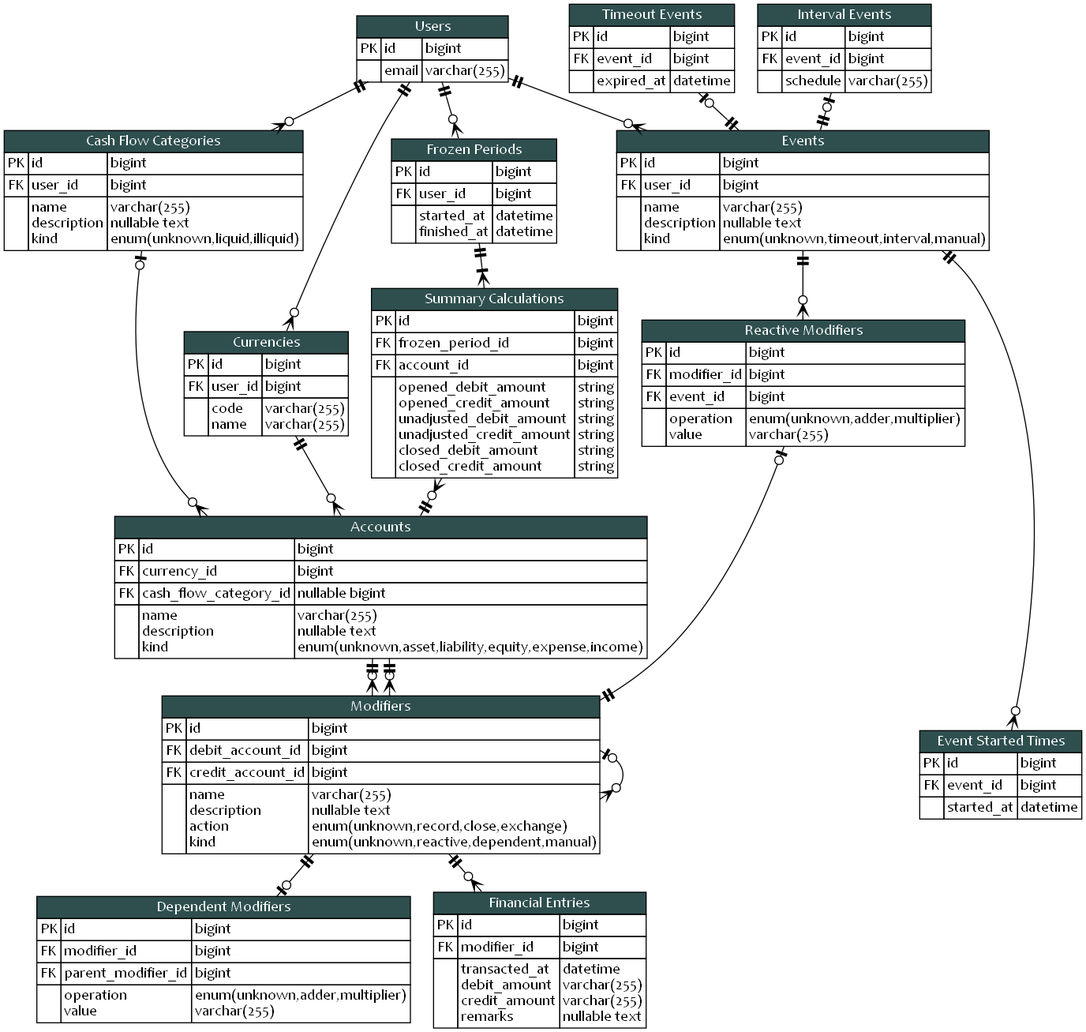
Above: blueprint/erd.png in KennethTrecy/peratorakka_server (Graphviz), before the change. Its source is kept beside it as blueprint/erd.dot.
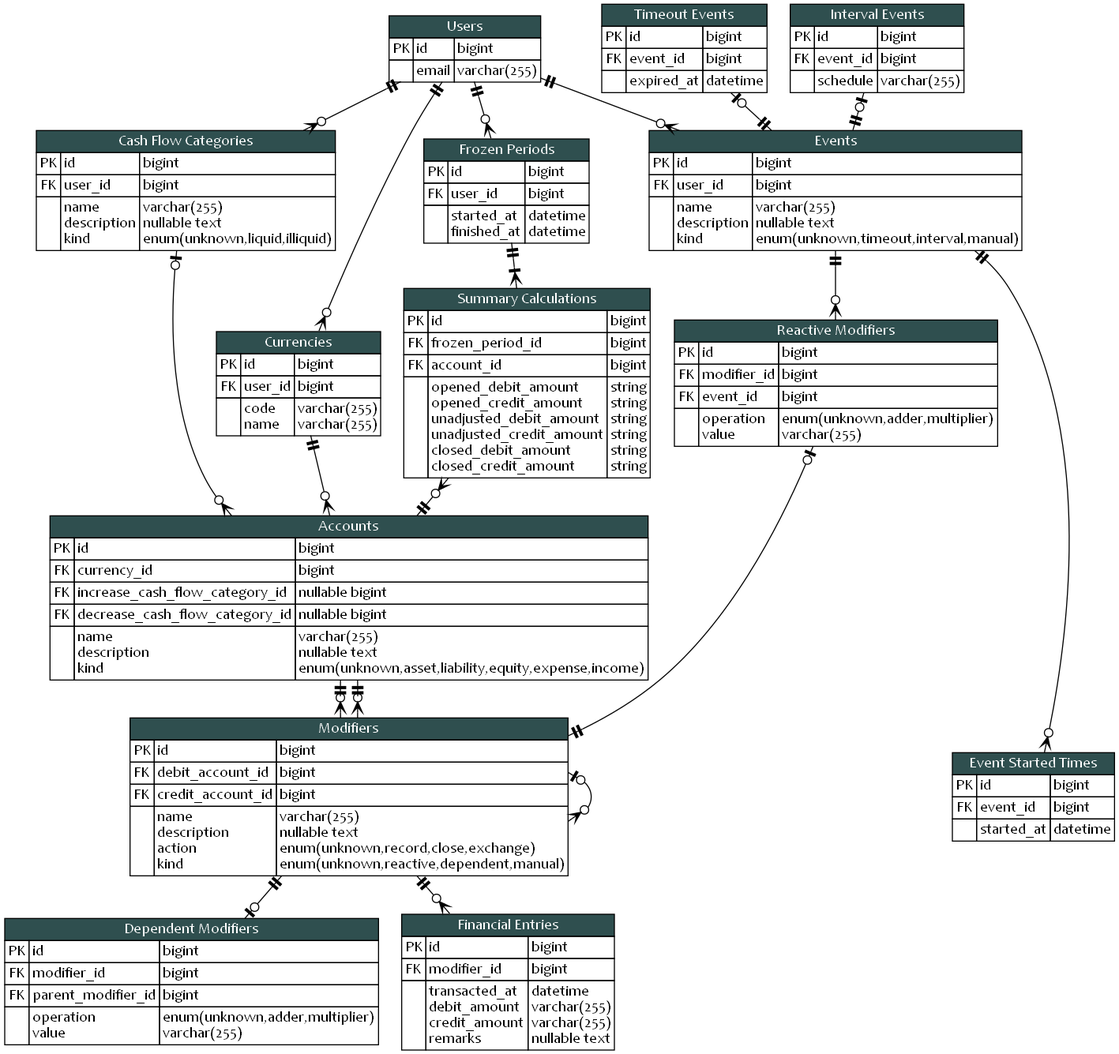
After the change.

Commit message:
docs(blueprint): differentiate cash flow for increase and decrease of accounts

Diff of the diagram source:
```diff
@@ -125,7 +125,12 @@
 				</tr>
 				<tr>
 					<td>FK</td>
-					<td align="left">cash_flow_category_id</td>
+					<td align="left">increase_cash_flow_category_id</td>
+					<td align="left">nullable bigint</td>
+				</tr>
+				<tr>
+					<td>FK</td>
+					<td align="left">decrease_cash_flow_category_id</td>
 					<td align="left">nullable bigint</td>
 				</tr>
 				<tr>
```
